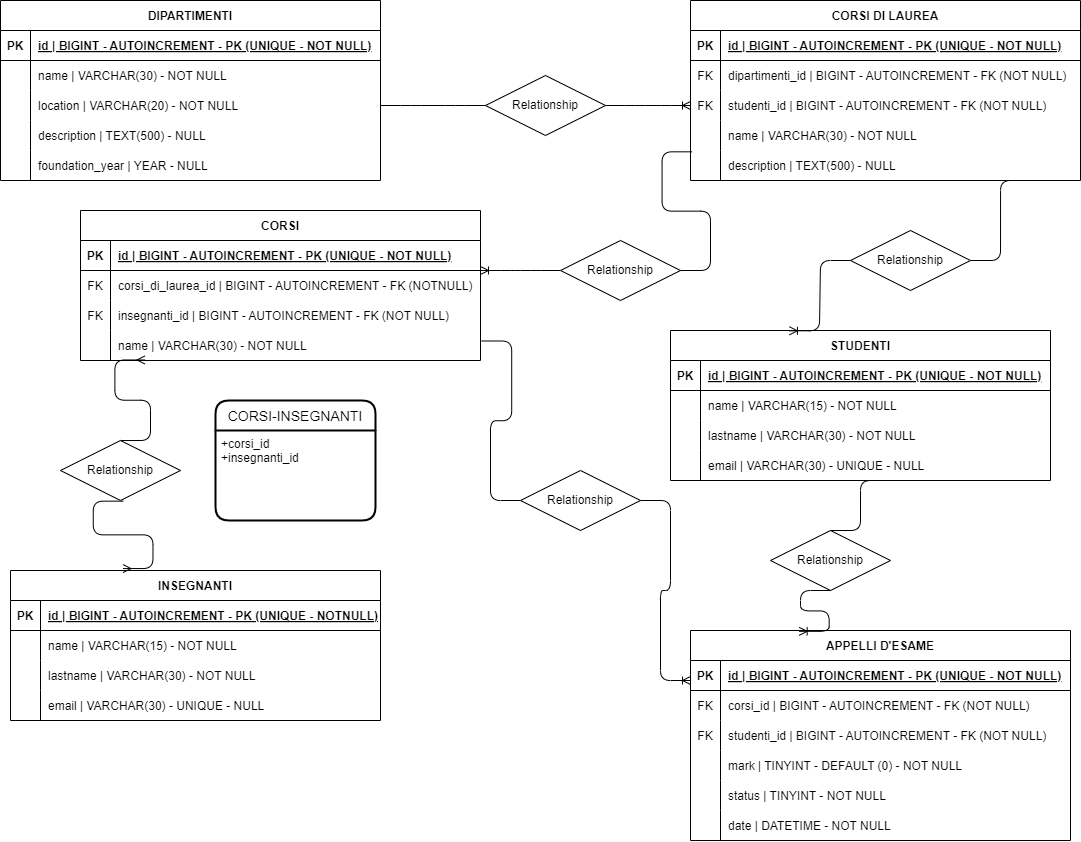
Earlier version of the draw.io export schema.png (JacopoTrincanato/db-university). Source tidied: cells renumbered, new cells last; positions are measured from the earlier drawing's top-left corner, leaving out a move shared by most shapes.
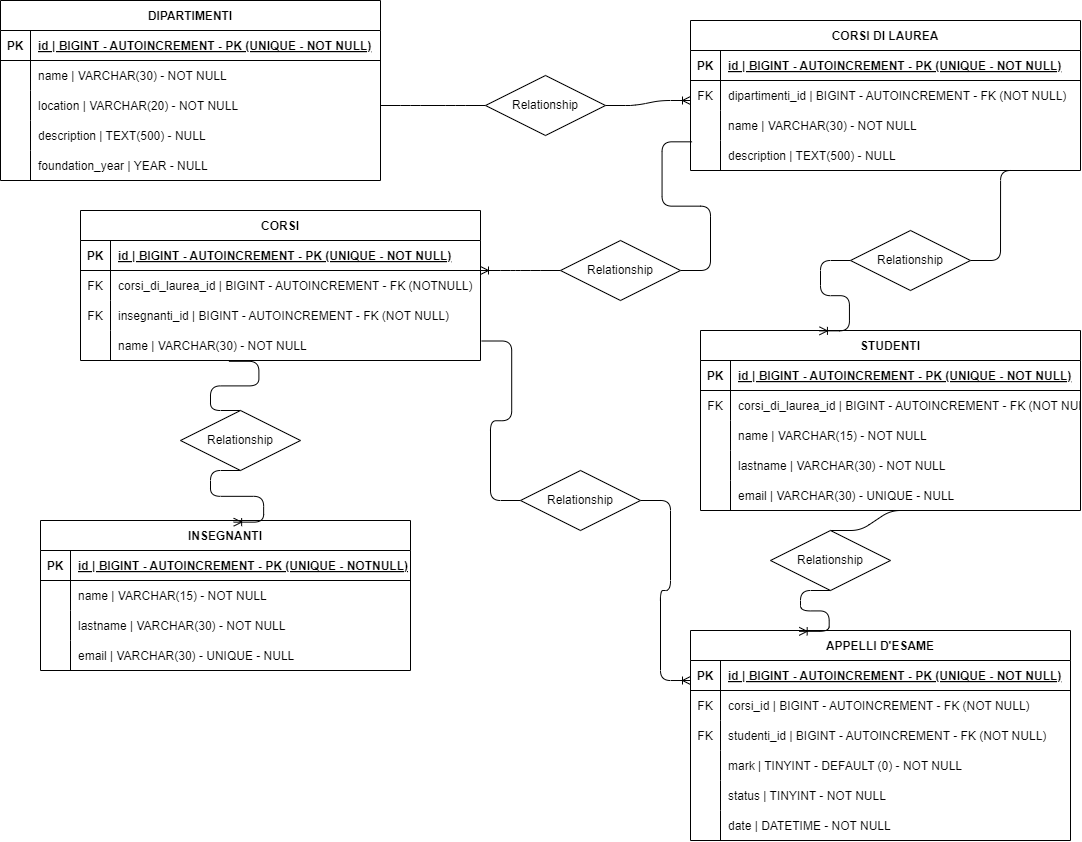
After the commit.

Change to the diagram source:
```diff
@@ -51,7 +51,7 @@
       <mxGeometry x="30" width="350" height="30" as="geometry" />
     </mxCell>
     <mxCell id="18" value="CORSI DI LAUREA" style="shape=table;startSize=30;rowLines=0;fontStyle=1;align=center;" parent="1" vertex="1">
-      <mxGeometry x="690" width="390" height="180" as="geometry" />
+      <mxGeometry x="690" y="20" width="390" height="150" as="geometry" />
     </mxCell>
     <mxCell id="19" style="shape=tableRow;horizontal=0;startSize=0;swimlaneHead=0;swimlaneBody=0;fillColor=none;top=0;left=0;right=0;bottom=1;" parent="18" vertex="1">
       <mxGeometry y="30" width="390" height="30" as="geometry" />
@@ -71,17 +71,8 @@
     <mxCell id="24" value="dipartimenti_id | BIGINT - AUTOINCREMENT - FK (NOT NULL)" style="shape=partialRectangle;fillColor=none;top=0;left=0;bottom=0;right=0;align=left;spacingLeft=6;overflow=hidden;" parent="22" vertex="1">
       <mxGeometry x="30" width="360" height="30" as="geometry" />
     </mxCell>
-    <mxCell id="25" style="shape=tableRow;horizontal=0;startSize=0;swimlaneHead=0;swimlaneBody=0;fillColor=none;points=[[0,0.5],[1,0.5]];portConstraint=eastwest;top=0;left=0;right=0;bottom=0;" parent="18" vertex="1">
-      <mxGeometry y="90" width="390" height="30" as="geometry" />
-    </mxCell>
-    <mxCell id="26" value="FK" style="shape=partialRectangle;fillColor=none;top=0;left=0;bottom=0;right=0;overflow=hidden;" parent="25" vertex="1">
-      <mxGeometry width="30" height="30" as="geometry" />
-    </mxCell>
-    <mxCell id="27" value="studenti_id | BIGINT - AUTOINCREMENT - FK (NOT NULL)" style="shape=partialRectangle;fillColor=none;top=0;left=0;bottom=0;right=0;align=left;spacingLeft=6;overflow=hidden;" parent="25" vertex="1">
-      <mxGeometry x="30" width="360" height="30" as="geometry" />
-    </mxCell>
     <mxCell id="28" style="shape=tableRow;horizontal=0;startSize=0;swimlaneHead=0;swimlaneBody=0;fillColor=none;top=0;left=0;right=0;bottom=0;" parent="18" vertex="1">
-      <mxGeometry y="120" width="390" height="30" as="geometry" />
+      <mxGeometry y="90" width="390" height="30" as="geometry" />
     </mxCell>
     <mxCell id="29" style="shape=partialRectangle;fillColor=none;top=0;left=0;bottom=0;right=0;overflow=hidden;" parent="28" vertex="1">
       <mxGeometry width="30" height="30" as="geometry" />
@@ -90,7 +81,7 @@
       <mxGeometry x="30" width="360" height="30" as="geometry" />
     </mxCell>
     <mxCell id="31" style="shape=tableRow;horizontal=0;startSize=0;swimlaneHead=0;swimlaneBody=0;fillColor=none;points=[[0,0.5],[1,0.5]];portConstraint=eastwest;top=0;left=0;right=0;bottom=0;" parent="18" vertex="1">
-      <mxGeometry y="150" width="390" height="30" as="geometry" />
+      <mxGeometry y="120" width="390" height="30" as="geometry" />
     </mxCell>
     <mxCell id="32" style="shape=partialRectangle;fillColor=none;top=0;left=0;bottom=0;right=0;overflow=hidden;" parent="31" vertex="1">
       <mxGeometry width="30" height="30" as="geometry" />
@@ -138,7 +129,7 @@
       <mxGeometry x="30" width="370" height="30" as="geometry" />
     </mxCell>
     <mxCell id="47" value="INSEGNANTI" style="shape=table;startSize=30;rowLines=0;fontStyle=1;align=center;" parent="1" vertex="1">
-      <mxGeometry x="10" y="570" width="370" height="150" as="geometry" />
+      <mxGeometry x="40" y="520" width="370" height="150" as="geometry" />
     </mxCell>
     <mxCell id="48" style="shape=tableRow;horizontal=0;startSize=0;swimlaneHead=0;swimlaneBody=0;fillColor=none;top=0;left=0;right=0;bottom=1;" parent="47" vertex="1">
       <mxGeometry y="30" width="370" height="30" as="geometry" />
@@ -234,7 +225,7 @@
       <mxGeometry x="30" width="350" height="30" as="geometry" />
     </mxCell>
     <mxCell id="79" value="STUDENTI" style="shape=table;startSize=30;rowLines=0;fontStyle=1;align=center;" parent="1" vertex="1">
-      <mxGeometry x="670" y="330" width="380" height="150" as="geometry" />
+      <mxGeometry x="700" y="330" width="380" height="180" as="geometry" />
     </mxCell>
     <mxCell id="80" style="shape=tableRow;horizontal=0;startSize=0;swimlaneHead=0;swimlaneBody=0;fillColor=none;top=0;left=0;right=0;bottom=1;" parent="79" vertex="1">
       <mxGeometry y="30" width="380" height="30" as="geometry" />
@@ -248,10 +239,10 @@
     <mxCell id="83" style="shape=tableRow;horizontal=0;startSize=0;swimlaneHead=0;swimlaneBody=0;fillColor=none;top=0;left=0;right=0;bottom=0;" parent="79" vertex="1">
       <mxGeometry y="60" width="380" height="30" as="geometry" />
     </mxCell>
-    <mxCell id="84" style="shape=partialRectangle;fillColor=none;top=0;left=0;bottom=0;right=0;overflow=hidden;" parent="83" vertex="1">
+    <mxCell id="84" value="FK" style="shape=partialRectangle;fillColor=none;top=0;left=0;bottom=0;right=0;overflow=hidden;" parent="83" vertex="1">
       <mxGeometry width="30" height="30" as="geometry" />
     </mxCell>
-    <mxCell id="85" value="name | VARCHAR(15) - NOT NULL" style="shape=partialRectangle;fillColor=none;top=0;left=0;bottom=0;right=0;align=left;spacingLeft=6;overflow=hidden;" parent="83" vertex="1">
+    <mxCell id="85" value="corsi_di_laurea_id | BIGINT - AUTOINCREMENT - FK (NOT NULL)" style="shape=partialRectangle;fillColor=none;top=0;left=0;bottom=0;right=0;align=left;spacingLeft=6;overflow=hidden;" parent="83" vertex="1">
       <mxGeometry x="30" width="350" height="30" as="geometry" />
     </mxCell>
     <mxCell id="86" style="shape=tableRow;horizontal=0;startSize=0;swimlaneHead=0;swimlaneBody=0;fillColor=none;top=0;left=0;right=0;bottom=0;" parent="79" vertex="1">
@@ -260,11 +251,20 @@
     <mxCell id="87" style="shape=partialRectangle;fillColor=none;top=0;left=0;bottom=0;right=0;overflow=hidden;" parent="86" vertex="1">
       <mxGeometry width="30" height="30" as="geometry" />
     </mxCell>
-    <mxCell id="88" value="lastname | VARCHAR(30) - NOT NULL" style="shape=partialRectangle;fillColor=none;top=0;left=0;bottom=0;right=0;align=left;spacingLeft=6;overflow=hidden;" parent="86" vertex="1">
+    <mxCell id="88" value="name | VARCHAR(15) - NOT NULL" style="shape=partialRectangle;fillColor=none;top=0;left=0;bottom=0;right=0;align=left;spacingLeft=6;overflow=hidden;" parent="86" vertex="1">
       <mxGeometry x="30" width="350" height="30" as="geometry" />
     </mxCell>
+    <mxCell id="112" style="shape=tableRow;horizontal=0;startSize=0;swimlaneHead=0;swimlaneBody=0;fillColor=none;top=0;left=0;right=0;bottom=0;" parent="79" vertex="1">
+      <mxGeometry y="120" width="380" height="30" as="geometry" />
+    </mxCell>
+    <mxCell id="113" style="shape=partialRectangle;fillColor=none;top=0;left=0;bottom=0;right=0;overflow=hidden;" parent="112" vertex="1">
+      <mxGeometry width="30" height="30" as="geometry" />
+    </mxCell>
+    <mxCell id="114" value="lastname | VARCHAR(30) - NOT NULL" style="shape=partialRectangle;fillColor=none;top=0;left=0;bottom=0;right=0;align=left;spacingLeft=6;overflow=hidden;" parent="112" vertex="1">
+      <mxGeometry x="30" width="350" height="30" as="geometry" />
+    </mxCell>
     <mxCell id="89" style="shape=tableRow;horizontal=0;startSize=0;swimlaneHead=0;swimlaneBody=0;fillColor=none;points=[[0,0.5],[1,0.5]];portConstraint=eastwest;top=0;left=0;right=0;bottom=0;" parent="79" vertex="1">
-      <mxGeometry y="120" width="380" height="30" as="geometry" />
+      <mxGeometry y="150" width="380" height="30" as="geometry" />
     </mxCell>
     <mxCell id="90" style="shape=partialRectangle;fillColor=none;top=0;left=0;bottom=0;right=0;overflow=hidden;" parent="89" vertex="1">
       <mxGeometry width="30" height="30" as="geometry" />
@@ -272,8 +272,10 @@
     <mxCell id="91" value="email | VARCHAR(30) - UNIQUE - NULL" style="shape=partialRectangle;fillColor=none;top=0;left=0;bottom=0;right=0;align=left;spacingLeft=6;overflow=hidden;" parent="89" vertex="1">
       <mxGeometry x="30" width="350" height="30" as="geometry" />
     </mxCell>
-    <mxCell id="92" style="edgeStyle=entityRelationEdgeStyle;fontSize=12;html=1;endArrow=ERoneToMany;exitX=1;exitY=0.5;exitDx=0;exitDy=0;entryX=0;entryY=0.5;entryDx=0;entryDy=0;startArrow=none;" parent="1" edge="1" source="94" target="25">
-      <mxGeometry relative="1" as="geometry" />
+    <mxCell id="92" style="edgeStyle=entityRelationEdgeStyle;fontSize=12;html=1;endArrow=ERoneToMany;exitX=1;exitY=0.5;exitDx=0;exitDy=0;entryX=0;entryY=0.5;entryDx=0;entryDy=0;startArrow=none;" parent="1" edge="1" source="94">
+      <mxGeometry relative="1" as="geometry">
+        <mxPoint x="690" y="100" as="targetPoint" />
+      </mxGeometry>
     </mxCell>
     <mxCell id="93" style="edgeStyle=entityRelationEdgeStyle;fontSize=12;html=1;endArrow=none;exitX=1;exitY=0.5;exitDx=0;exitDy=0;entryX=0;entryY=0.5;entryDx=0;entryDy=0;" parent="1" edge="1" source="9" target="94">
       <mxGeometry relative="1" as="geometry" />
@@ -299,21 +301,6 @@
     <mxCell id="100" value="Relationship" style="shape=rhombus;perimeter=rhombusPerimeter;whiteSpace=wrap;html=1;align=center;" parent="1" vertex="1">
       <mxGeometry x="850" y="230" width="120" height="60" as="geometry" />
     </mxCell>
-    <mxCell id="101" style="edgeStyle=entityRelationEdgeStyle;fontSize=12;html=1;endArrow=ERmany;startArrow=none;entryX=0.161;entryY=0.982;entryDx=0;entryDy=0;entryPerimeter=0;exitX=0.5;exitY=0;exitDx=0;exitDy=0;" parent="1" edge="1" source="105" target="44">
-      <mxGeometry relative="1" as="geometry" />
-    </mxCell>
-    <mxCell id="102" style="edgeStyle=entityRelationEdgeStyle;fontSize=12;html=1;endArrow=none;startArrow=ERmany;exitX=0.304;exitY=-0.013;exitDx=0;exitDy=0;entryX=0.523;entryY=1.011;entryDx=0;entryDy=0;exitPerimeter=0;entryPerimeter=0;" parent="1" edge="1" source="47" target="105">
-      <mxGeometry relative="1" as="geometry" />
-    </mxCell>
-    <mxCell id="103" value="CORSI-INSEGNANTI" style="swimlane;horizontal=1;startSize=30;rounded=1;fontSize=14;fontStyle=0;strokeWidth=2;shadow=0;dashed=0;align=center;" parent="1" vertex="1">
-      <mxGeometry x="215" y="400" width="160" height="120" as="geometry" />
-    </mxCell>
-    <mxCell id="104" value="+corsi_id&#10;+insegnanti_id" style="align=left;strokeColor=none;fillColor=none;spacingLeft=4;fontSize=12;verticalAlign=top;" parent="103" vertex="1">
-      <mxGeometry y="30" width="160" height="90" as="geometry" />
-    </mxCell>
-    <mxCell id="105" value="Relationship" style="shape=rhombus;perimeter=rhombusPerimeter;whiteSpace=wrap;html=1;align=center;" parent="1" vertex="1">
-      <mxGeometry x="60" y="440" width="120" height="60" as="geometry" />
-    </mxCell>
     <mxCell id="106" style="edgeStyle=entityRelationEdgeStyle;fontSize=12;html=1;endArrow=ERoneToMany;exitX=0.5;exitY=1;exitDx=0;exitDy=0;entryX=0.286;entryY=0.004;entryDx=0;entryDy=0;entryPerimeter=0;startArrow=none;" parent="1" edge="1" source="108" target="60">
       <mxGeometry relative="1" as="geometry" />
     </mxCell>
@@ -332,5 +319,14 @@
     <mxCell id="111" value="Relationship" style="shape=rhombus;perimeter=rhombusPerimeter;whiteSpace=wrap;html=1;align=center;" parent="1" vertex="1">
       <mxGeometry x="520" y="470" width="120" height="60" as="geometry" />
     </mxCell>
+    <mxCell id="115" style="edgeStyle=entityRelationEdgeStyle;fontSize=12;html=1;endArrow=ERoneToMany;exitX=0.5;exitY=1;exitDx=0;exitDy=0;entryX=0.522;entryY=0.011;entryDx=0;entryDy=0;entryPerimeter=0;startArrow=none;" parent="1" edge="1" source="105" target="47">
+      <mxGeometry relative="1" as="geometry" />
+    </mxCell>
+    <mxCell id="116" style="edgeStyle=entityRelationEdgeStyle;fontSize=12;html=1;endArrow=none;exitX=0.371;exitY=1.027;exitDx=0;exitDy=0;exitPerimeter=0;entryX=0.5;entryY=0;entryDx=0;entryDy=0;" parent="1" edge="1" source="44" target="105">
+      <mxGeometry relative="1" as="geometry" />
+    </mxCell>
+    <mxCell id="105" value="Relationship" style="shape=rhombus;perimeter=rhombusPerimeter;whiteSpace=wrap;html=1;align=center;" parent="1" vertex="1">
+      <mxGeometry x="180" y="410" width="120" height="60" as="geometry" />
+    </mxCell>
   </root>
 </mxGraphModel>
```
